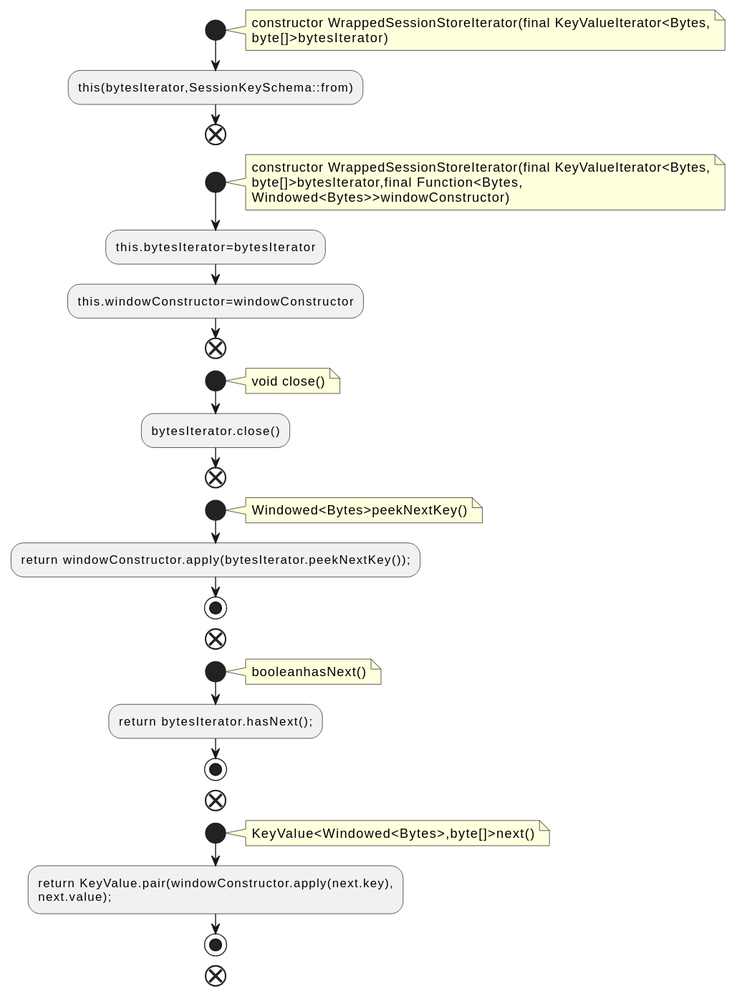
qualitesys/kafka keeps this PlantUML diagram as docs/qc/streams/src/main/java/org/apache/kafka/streams/state/internals/WrappedSessionStoreIterator.java.fct.svg. Above is the earlier version.
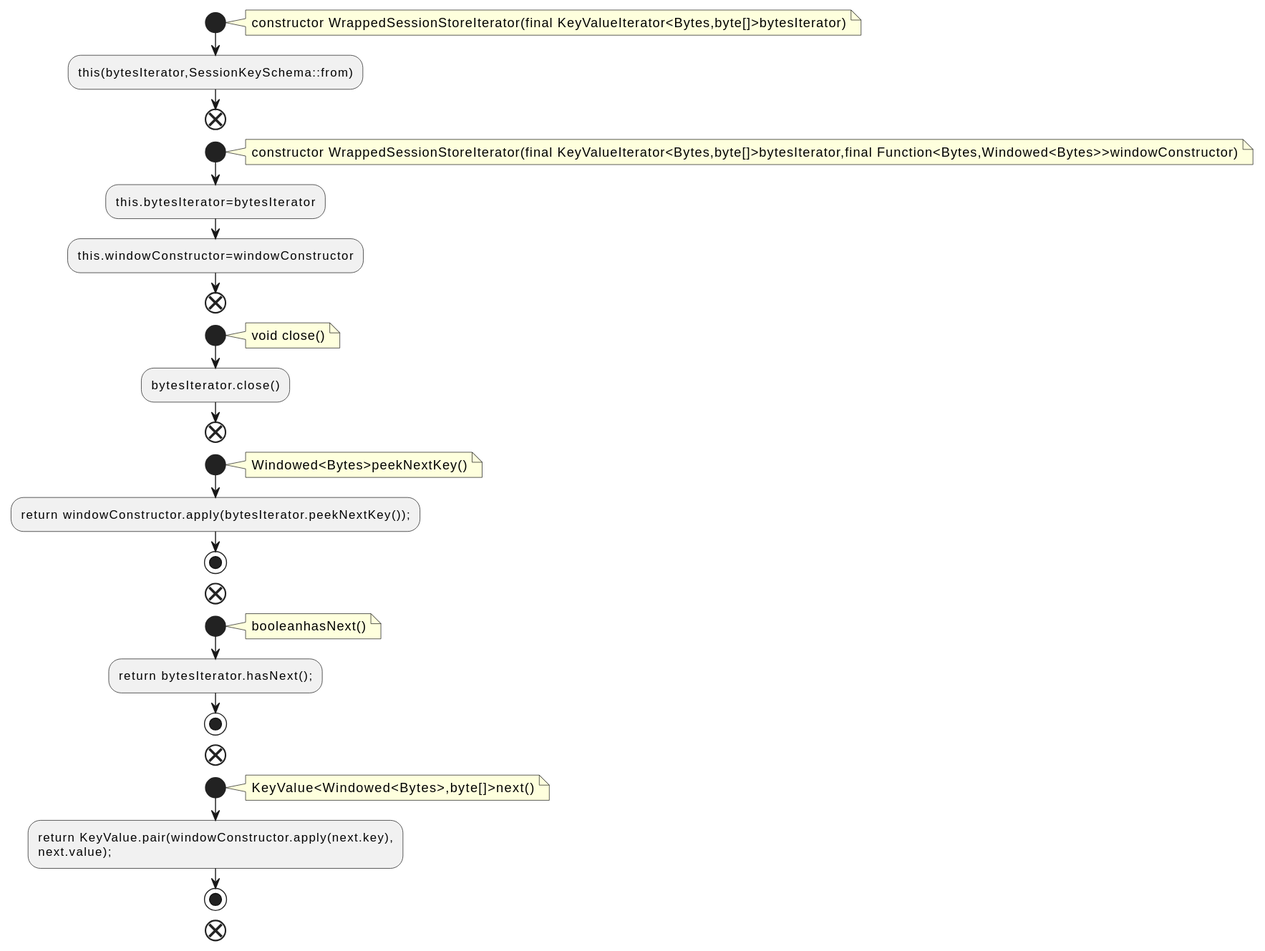
After the commit.

What changed in the source:
```diff
@@ -2,16 +2,13 @@
 !pragma layout smetana
 start
 note right
-constructor WrappedSessionStoreIterator(final KeyValueIterator<Bytes,
-byte[]>bytesIterator)
+constructor WrappedSessionStoreIterator(final KeyValueIterator<Bytes,byte[]>bytesIterator)
 end note
 :this(bytesIterator,SessionKeySchema::from);
 end
 start
 note right
-constructor WrappedSessionStoreIterator(final KeyValueIterator<Bytes,
-byte[]>bytesIterator,final Function<Bytes,
-Windowed<Bytes>>windowConstructor)
+constructor WrappedSessionStoreIterator(final KeyValueIterator<Bytes,byte[]>bytesIterator,final Function<Bytes,Windowed<Bytes>>windowConstructor)
 end note
 :this.bytesIterator=bytesIterator;
 :this.windowConstructor=windowConstructor;
```
